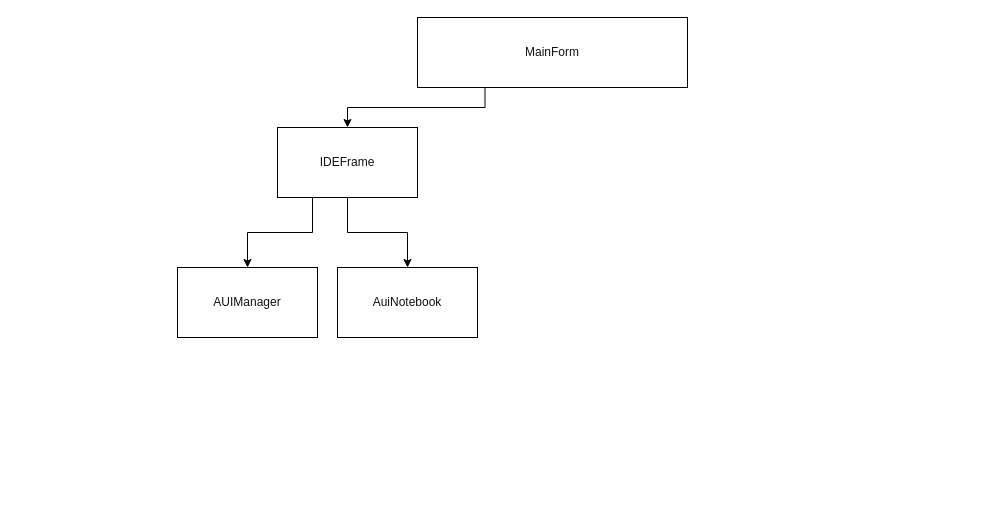
nathanningbo/general_ztf keeps this draw.io diagram as confdes——soft.drawio. Above is the earlier version. Source tidied: cells renumbered, new cells numbered last; positions are measured from the earlier drawing's top-left corner, leaving out a move shared by most shapes. Both pictures are drawn from the tidied source at 100%, with x=0, y=0 at pixel (177, 17).
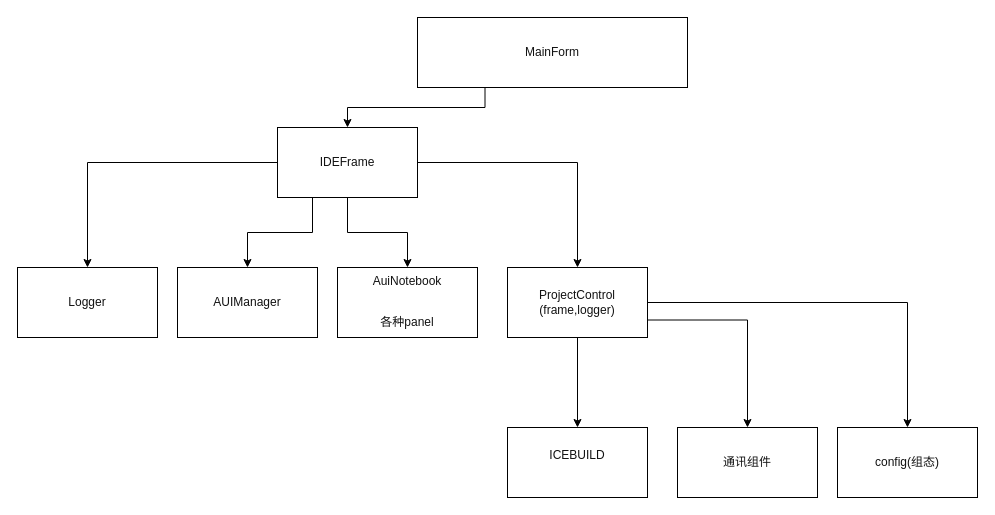
The same page after the edit.

What changed in the source:
```diff
@@
 <mxGraphModel>
   <root>
     <mxCell id="0" />
     <mxCell id="1" parent="0" />
     <mxCell id="2" style="edgeStyle=orthogonalEdgeStyle;rounded=0;jettySize=auto;html=1;fontColor=#121212;exitX=0.25;exitY=1;exitDx=0;exitDy=0;" parent="1" edge="1" source="3" target="6">
       <mxGeometry relative="1" as="geometry" />
     </mxCell>
     <mxCell id="3" value="MainForm" style="rounded=0;whiteSpace=wrap;html=1;strokeColor=#000000;fontColor=#121212;" parent="1" vertex="1">
       <mxGeometry x="240" width="270" height="70" as="geometry" />
     </mxCell>
     <mxCell id="4" style="edgeStyle=orthogonalEdgeStyle;rounded=0;jettySize=auto;html=1;fontColor=#121212;exitX=0.25;exitY=1;exitDx=0;exitDy=0;" parent="1" edge="1" source="6" target="8">
       <mxGeometry relative="1" as="geometry" />
     </mxCell>
     <mxCell id="5" style="edgeStyle=orthogonalEdgeStyle;rounded=0;jettySize=auto;html=1;fontColor=#121212;" parent="1" edge="1" source="6" target="7">
       <mxGeometry relative="1" as="geometry" />
     </mxCell>
+    <mxCell id="9" style="edgeStyle=orthogonalEdgeStyle;rounded=0;jettySize=auto;html=1;fontColor=#121212;" parent="1" edge="1" source="6" target="15">
+      <mxGeometry relative="1" as="geometry" />
+    </mxCell>
+    <mxCell id="10" style="edgeStyle=orthogonalEdgeStyle;rounded=0;jettySize=auto;html=1;fontColor=#121212;" parent="1" edge="1" source="6" target="11">
+      <mxGeometry relative="1" as="geometry" />
+    </mxCell>
     <mxCell id="6" value="&lt;div&gt;IDEFrame&lt;/div&gt;" style="rounded=0;whiteSpace=wrap;html=1;strokeColor=#000000;fontColor=#121212;" parent="1" vertex="1">
       <mxGeometry x="100" y="110" width="140" height="70" as="geometry" />
     </mxCell>
+    <mxCell id="11" value="&lt;div&gt;Logger&lt;/div&gt;" style="rounded=0;whiteSpace=wrap;html=1;strokeColor=#000000;fontColor=#121212;" parent="1" vertex="1">
+      <mxGeometry x="-160" y="250" width="140" height="70" as="geometry" />
+    </mxCell>
+    <mxCell id="12" style="edgeStyle=orthogonalEdgeStyle;rounded=0;jettySize=auto;html=1;fontColor=#121212;" parent="1" edge="1" source="15" target="18">
+      <mxGeometry relative="1" as="geometry" />
+    </mxCell>
+    <mxCell id="13" style="edgeStyle=orthogonalEdgeStyle;rounded=0;jettySize=auto;html=1;fontColor=#121212;exitX=1;exitY=0.75;exitDx=0;exitDy=0;" parent="1" edge="1" source="15" target="17">
+      <mxGeometry relative="1" as="geometry" />
+    </mxCell>
+    <mxCell id="14" style="edgeStyle=orthogonalEdgeStyle;rounded=0;jettySize=auto;html=1;fontColor=#121212;" parent="1" edge="1" source="15" target="16">
+      <mxGeometry relative="1" as="geometry" />
+    </mxCell>
+    <mxCell id="15" value="&lt;div&gt;ProjectControl&lt;/div&gt;&lt;div&gt;(frame,logger)&lt;/div&gt;" style="rounded=0;whiteSpace=wrap;html=1;strokeColor=#000000;fontColor=#121212;" parent="1" vertex="1">
+      <mxGeometry x="330" y="250" width="140" height="70" as="geometry" />
+    </mxCell>
+    <mxCell id="16" value="config(组态)" style="rounded=0;whiteSpace=wrap;html=1;strokeColor=#000000;fontColor=#121212;" parent="1" vertex="1">
+      <mxGeometry x="660" y="410" width="140" height="70" as="geometry" />
+    </mxCell>
+    <mxCell id="17" value="通讯组件" style="rounded=0;whiteSpace=wrap;html=1;strokeColor=#000000;fontColor=#121212;" parent="1" vertex="1">
+      <mxGeometry x="500" y="410" width="140" height="70" as="geometry" />
+    </mxCell>
+    <mxCell id="18" value="&lt;div&gt;ICEBUILD&lt;/div&gt;&lt;div&gt;&lt;br&gt;&lt;/div&gt;" style="rounded=0;whiteSpace=wrap;html=1;strokeColor=#000000;fontColor=#121212;" parent="1" vertex="1">
+      <mxGeometry x="330" y="410" width="140" height="70" as="geometry" />
+    </mxCell>
-    <mxCell id="7" value="&lt;pre style=&quot;font-family: &amp;#34;宋体&amp;#34; ; font-size: 9pt&quot;&gt;&lt;span style=&quot;background-color: rgb(255 , 255 , 255)&quot;&gt;&lt;font color=&quot;#121212&quot;&gt;AuiNotebook&lt;/font&gt;&lt;/span&gt;&lt;/pre&gt;" style="rounded=0;whiteSpace=wrap;html=1;strokeColor=#000000;fontColor=#121212;" parent="1" vertex="1">
+    <mxCell id="7" value="&lt;pre style=&quot;font-family: &amp;#34;宋体&amp;#34; ; font-size: 9pt&quot;&gt;&lt;span style=&quot;background-color: rgb(255 , 255 , 255)&quot;&gt;&lt;font color=&quot;#121212&quot;&gt;AuiNotebook&lt;/font&gt;&lt;/span&gt;&lt;/pre&gt;&lt;div&gt;&lt;br&gt;&lt;/div&gt;&lt;div&gt;各种panel&lt;/div&gt;&lt;div&gt;&lt;br&gt;&lt;/div&gt;" style="rounded=0;whiteSpace=wrap;html=1;strokeColor=#000000;fontColor=#121212;" parent="1" vertex="1">
       <mxGeometry x="160" y="250" width="140" height="70" as="geometry" />
     </mxCell>
     <mxCell id="8" value="&lt;pre style=&quot;font-family: &amp;#34;宋体&amp;#34; ; font-size: 9pt&quot;&gt;&lt;span style=&quot;background-color: rgb(255 , 255 , 255)&quot;&gt;&lt;font color=&quot;#121212&quot;&gt;AUIManager&lt;/font&gt;&lt;/span&gt;&lt;/pre&gt;" style="rounded=0;whiteSpace=wrap;html=1;strokeColor=#000000;fontColor=#121212;" parent="1" vertex="1">
       <mxGeometry y="250" width="140" height="70" as="geometry" />
     </mxCell>
   </root>
 </mxGraphModel>
```
